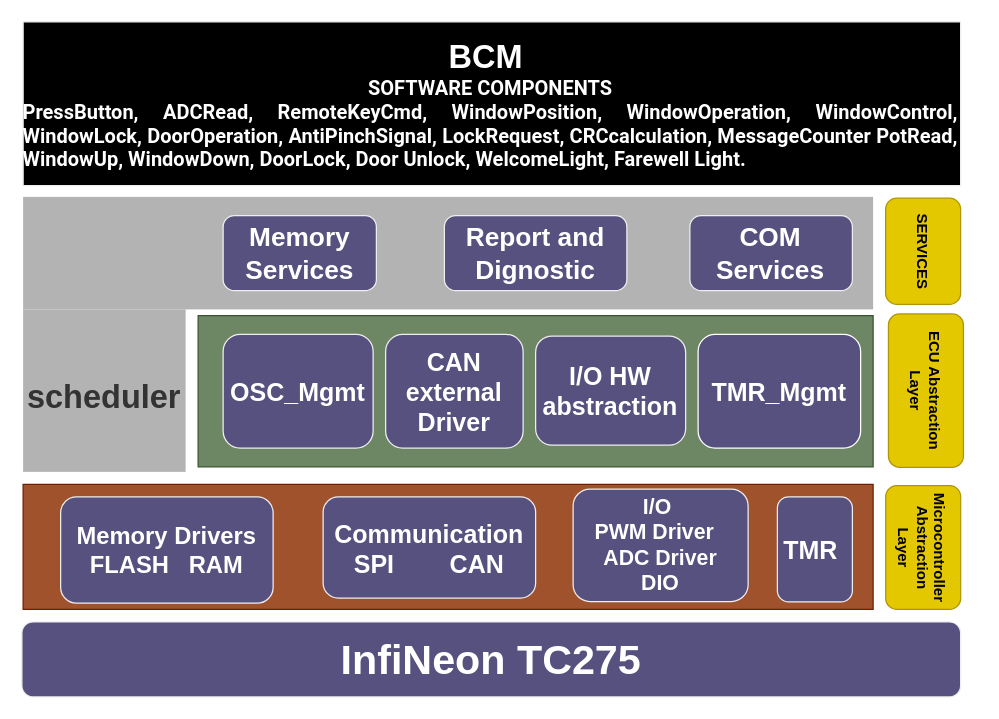
This is page "Página-1" (1 of 2) of Diagrama sin título.drawio from juankcl/ContiDiagrams, a draw.io file, before an edit. Source tidied: cells renumbered, new cells numbered last; positions are measured from the earlier drawing's top-left corner, leaving out a move shared by most shapes. Both pictures are drawn from the tidied source at 125%, with x=0, y=0 at pixel (21, 21).
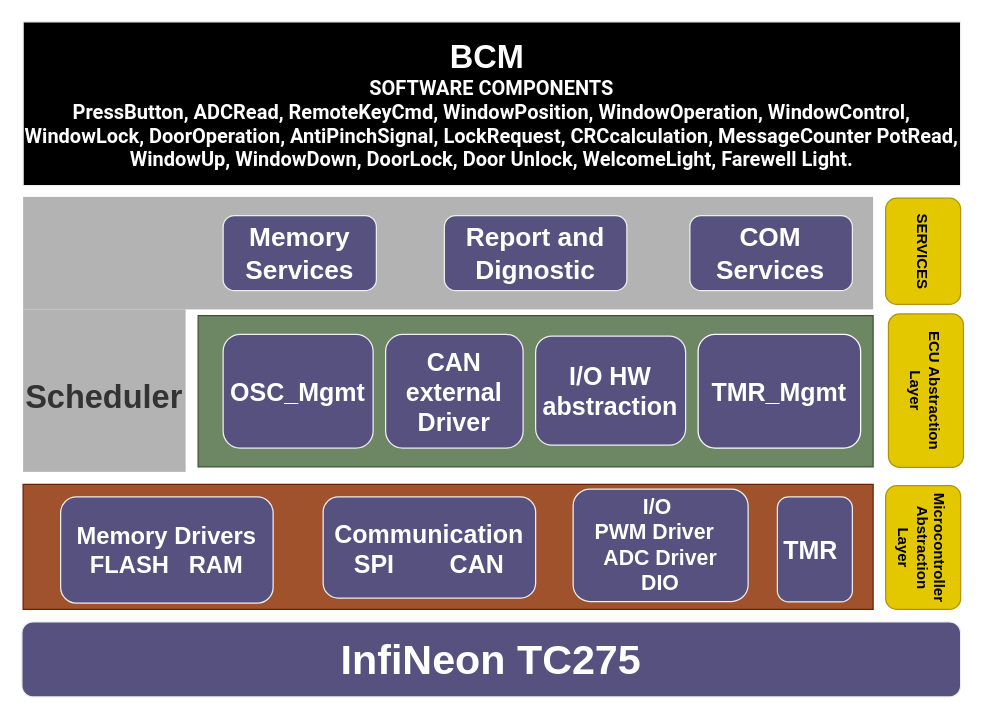
The same page after the edit.

The change refers to these unchanged cells:
```xml
<mxCell id="2" style="group;fontStyle=1;" parent="1" vertex="1">
  <mxGeometry x="1" y="140" width="763" height="400" as="geometry" />
</mxCell>
```

Diff of the diagram source:
```diff
@@
-    <mxCell id="4" value="&lt;font size=&quot;1&quot; color=&quot;#333333&quot; style=&quot;&quot;&gt;&lt;b style=&quot;font-size: 26px;&quot;&gt;scheduler&lt;/b&gt;&lt;/font&gt;" style="rounded=0;whiteSpace=wrap;html=1;labelBackgroundColor=none;fontSize=42;fontColor=#FFFFFF;fillColor=#B3B3B3;strokeColor=none;" parent="2" vertex="1">
+    <mxCell id="4" value="&lt;font size=&quot;1&quot; color=&quot;#333333&quot; style=&quot;&quot;&gt;&lt;b style=&quot;font-size: 26px;&quot;&gt;Scheduler&lt;/b&gt;&lt;/font&gt;" style="rounded=0;whiteSpace=wrap;html=1;labelBackgroundColor=none;fontSize=42;fontColor=#FFFFFF;fillColor=#B3B3B3;strokeColor=none;" parent="2" vertex="1">
       <mxGeometry y="90" width="130" height="130" as="geometry" />
     </mxCell>
@@
-    <mxCell id="20" value="&lt;div style=&quot;text-align: center;&quot;&gt;&lt;span style=&quot;font-size: 26px; background-color: initial;&quot;&gt;BCM&amp;nbsp;&lt;/span&gt;&lt;/div&gt;&lt;span style=&quot;font-family: Roboto, -apple-system, BlinkMacSystemFont, &amp;quot;Apple Color Emoji&amp;quot;, &amp;quot;Segoe UI&amp;quot;, Oxygen, Ubuntu, Cantarell, &amp;quot;Fira Sans&amp;quot;, &amp;quot;Droid Sans&amp;quot;, &amp;quot;Helvetica Neue&amp;quot;, sans-serif; font-size: 16px;&quot;&gt;&lt;div style=&quot;text-align: center;&quot;&gt;&lt;span style=&quot;background-color: initial;&quot;&gt;SOFTWARE COMPONENTS&lt;/span&gt;&lt;/div&gt;&lt;/span&gt;&lt;span style=&quot;font-family: Roboto, -apple-system, BlinkMacSystemFont, &amp;quot;Apple Color Emoji&amp;quot;, &amp;quot;Segoe UI&amp;quot;, Oxygen, Ubuntu, Cantarell, &amp;quot;Fira Sans&amp;quot;, &amp;quot;Droid Sans&amp;quot;, &amp;quot;Helvetica Neue&amp;quot;, sans-serif; font-size: 16px;&quot;&gt;&lt;div style=&quot;text-align: justify;&quot;&gt;&lt;span style=&quot;background-color: initial;&quot;&gt;PressButton, ADCRead, RemoteKeyCmd, WindowPosition, WindowOperation, WindowControl, WindowLock, DoorOperation, AntiPinchSignal, LockRequest, CRCcalculation, MessageCounter PotRead, WindowUp, WindowDown, DoorLock, Door Unlock, WelcomeLight, Farewell Light.&lt;/span&gt;&lt;/div&gt;&lt;/span&gt;" style="rounded=0;whiteSpace=wrap;html=1;fillColor=#000000;strokeColor=#EEEEEE;fontColor=#FFFFFF;fontStyle=1;align=right;" parent="1" vertex="1">
+    <mxCell id="20" value="&lt;div style=&quot;&quot;&gt;&lt;span style=&quot;font-size: 26px; background-color: initial;&quot;&gt;BCM&amp;nbsp;&lt;/span&gt;&lt;/div&gt;&lt;span style=&quot;font-family: Roboto, -apple-system, BlinkMacSystemFont, &amp;quot;Apple Color Emoji&amp;quot;, &amp;quot;Segoe UI&amp;quot;, Oxygen, Ubuntu, Cantarell, &amp;quot;Fira Sans&amp;quot;, &amp;quot;Droid Sans&amp;quot;, &amp;quot;Helvetica Neue&amp;quot;, sans-serif; font-size: 16px;&quot;&gt;&lt;div style=&quot;&quot;&gt;&lt;span style=&quot;background-color: initial;&quot;&gt;SOFTWARE COMPONENTS&lt;/span&gt;&lt;/div&gt;&lt;/span&gt;&lt;span style=&quot;font-family: Roboto, -apple-system, BlinkMacSystemFont, &amp;quot;Apple Color Emoji&amp;quot;, &amp;quot;Segoe UI&amp;quot;, Oxygen, Ubuntu, Cantarell, &amp;quot;Fira Sans&amp;quot;, &amp;quot;Droid Sans&amp;quot;, &amp;quot;Helvetica Neue&amp;quot;, sans-serif; font-size: 16px;&quot;&gt;&lt;div style=&quot;&quot;&gt;&lt;span style=&quot;background-color: initial;&quot;&gt;PressButton, ADCRead, RemoteKeyCmd, WindowPosition, WindowOperation, WindowControl, WindowLock, DoorOperation, AntiPinchSignal, LockRequest, CRCcalculation, MessageCounter PotRead, WindowUp, WindowDown, DoorLock, Door Unlock, WelcomeLight, Farewell Light.&lt;/span&gt;&lt;/div&gt;&lt;/span&gt;" style="rounded=0;whiteSpace=wrap;html=1;fillColor=#000000;strokeColor=#EEEEEE;fontColor=#FFFFFF;fontStyle=1;align=center;" parent="1" vertex="1">
       <mxGeometry x="1" width="750" height="131" as="geometry" />
     </mxCell>
```
